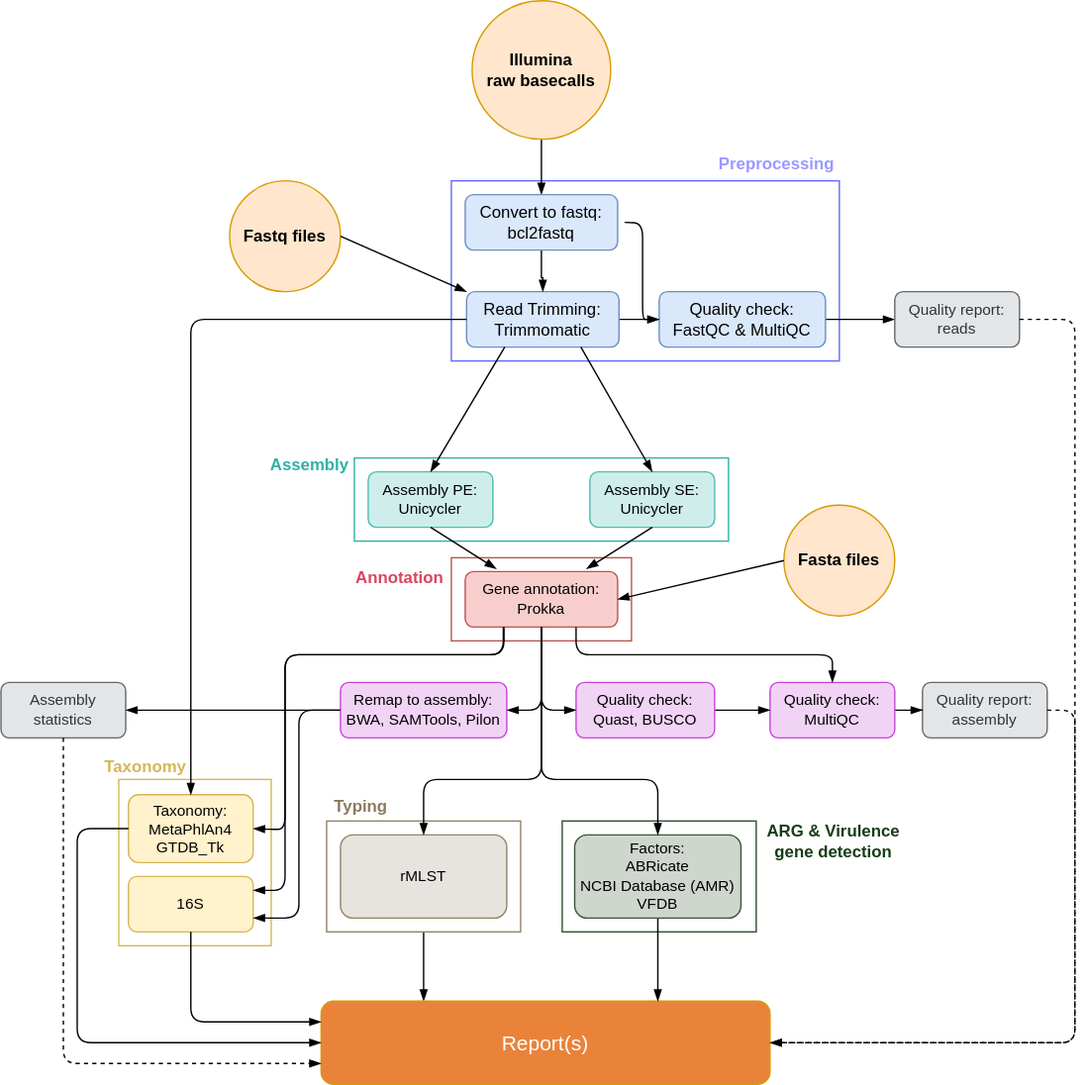
This is IMMENSE_diagram.svg from michaelmeuli/immensekansasii, a draw.io export, as it was before one commit. Source tidied: cells renumbered, new cells last; positions are measured from the earlier drawing's top-left corner, leaving out a move shared by most shapes.
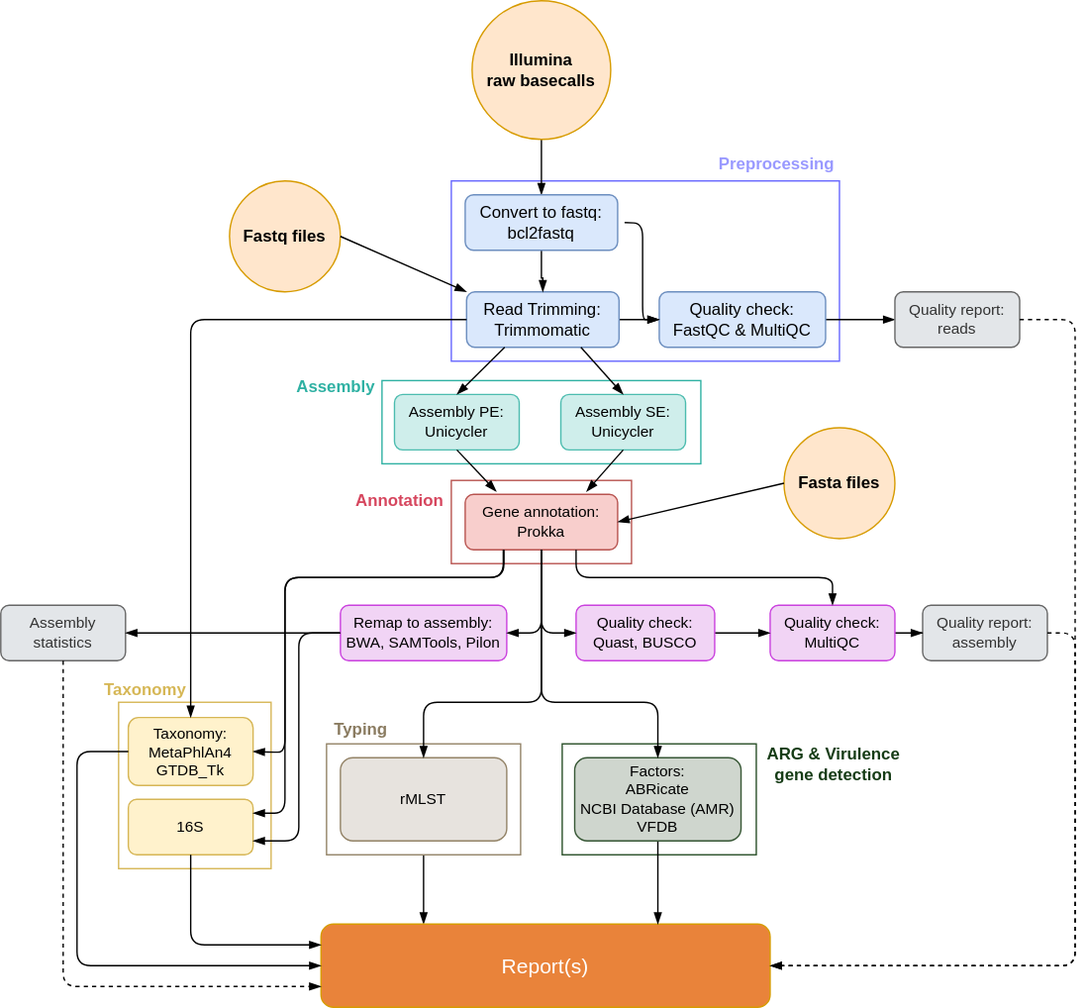
Above is the later version.

Diff of the diagram source:
```diff
@@ -23,19 +23,19 @@
       <mxGeometry x="325" y="402" width="130" height="60" as="geometry" />
     </mxCell>
     <mxCell id="7" style="rounded=0;whiteSpace=wrap;html=1;fontFamily=Helvetica;fontSize=11;fontColor=default;fillColor=none;strokeColor=#2fb1a3;" parent="1" vertex="1">
-      <mxGeometry x="255" y="330" width="270" height="60" as="geometry" />
+      <mxGeometry x="275" y="330" width="230" height="60" as="geometry" />
     </mxCell>
     <mxCell id="8" style="rounded=0;whiteSpace=wrap;html=1;fontFamily=Helvetica;fontSize=11;fillColor=none;strokeWidth=1;strokeColor=#6666FF;" parent="1" vertex="1">
-      <mxGeometry x="325" y="130" width="280" height="130" as="geometry" />
+      <mxGeometry x="325" y="186" width="280" height="130" as="geometry" />
     </mxCell>
     <mxCell id="9" value="&lt;b&gt;Fastq files&lt;/b&gt;" style="ellipse;whiteSpace=wrap;html=1;fillColor=#ffe6cc;strokeColor=#d79b00;" parent="1" vertex="1">
-      <mxGeometry x="165" y="130" width="80" height="80" as="geometry" />
+      <mxGeometry x="165" y="186" width="80" height="80" as="geometry" />
     </mxCell>
     <mxCell id="10" style="edgeStyle=orthogonalEdgeStyle;rounded=0;jettySize=auto;html=1;endArrow=blockThin;endFill=1;" parent="1" edge="1" source="11" target="18">
       <mxGeometry relative="1" as="geometry" />
     </mxCell>
     <mxCell id="11" value="&lt;b&gt;Illumina &lt;br&gt;raw basecalls&lt;/b&gt;" style="ellipse;whiteSpace=wrap;html=1;fillColor=#ffe6cc;strokeColor=#d79b00;" parent="1" vertex="1">
-      <mxGeometry x="340" width="100" height="100" as="geometry" />
+      <mxGeometry x="340" y="56" width="100" height="100" as="geometry" />
     </mxCell>
     <mxCell id="12" value="&lt;b&gt;Fasta files&lt;/b&gt;" style="ellipse;whiteSpace=wrap;html=1;fillColor=#ffe6cc;strokeColor=#d79b00;" parent="1" vertex="1">
       <mxGeometry x="565" y="364" width="80" height="80" as="geometry" />
@@ -44,42 +44,42 @@
       <mxGeometry relative="1" as="geometry" />
     </mxCell>
     <mxCell id="14" value="Quality check:&lt;br&gt;FastQC &amp;amp; MultiQC" style="rounded=1;whiteSpace=wrap;html=1;fillColor=#dae8fc;strokeColor=#6c8ebf;" parent="1" vertex="1">
-      <mxGeometry x="475" y="210" width="120" height="40" as="geometry" />
+      <mxGeometry x="475" y="266" width="120" height="40" as="geometry" />
     </mxCell>
     <mxCell id="15" style="edgeStyle=orthogonalEdgeStyle;shape=connector;rounded=0;jettySize=auto;html=1;labelBackgroundColor=default;strokeColor=default;fontFamily=Helvetica;fontSize=11;fontColor=default;endArrow=blockThin;endFill=1;" parent="1" edge="1" source="16" target="14">
       <mxGeometry relative="1" as="geometry" />
     </mxCell>
     <mxCell id="16" value="Read Trimming:&lt;br&gt;Trimmomatic" style="rounded=1;whiteSpace=wrap;html=1;fillColor=#dae8fc;strokeColor=#6c8ebf;" parent="1" vertex="1">
-      <mxGeometry x="336" y="210" width="110" height="40" as="geometry" />
+      <mxGeometry x="336" y="266" width="110" height="40" as="geometry" />
     </mxCell>
     <mxCell id="17" style="edgeStyle=orthogonalEdgeStyle;rounded=0;jettySize=auto;html=1;endArrow=blockThin;endFill=1;" parent="1" edge="1" source="18" target="16">
       <mxGeometry relative="1" as="geometry" />
     </mxCell>
     <mxCell id="18" value="Convert to fastq:&lt;br&gt;bcl2fastq" style="rounded=1;whiteSpace=wrap;html=1;fillColor=#dae8fc;strokeColor=#6c8ebf;" parent="1" vertex="1">
-      <mxGeometry x="335" y="140" width="110" height="40" as="geometry" />
+      <mxGeometry x="335" y="196" width="110" height="40" as="geometry" />
     </mxCell>
     <mxCell id="19" style="endArrow=blockThin;html=1;rounded=0;entryX=0;entryY=0;entryDx=0;entryDy=0;endFill=1;exitX=1;exitY=0.5;exitDx=0;exitDy=0;" parent="1" edge="1" source="9" target="16">
       <mxGeometry relative="1" as="geometry" />
     </mxCell>
     <mxCell id="20" style="endArrow=blockThin;html=1;rounded=1;labelBackgroundColor=default;strokeColor=default;fontFamily=Helvetica;fontSize=11;fontColor=default;shape=connector;edgeStyle=orthogonalEdgeStyle;entryX=0;entryY=0.5;entryDx=0;entryDy=0;endFill=1;" parent="1" edge="1" target="14">
       <mxGeometry relative="1" as="geometry">
-        <mxPoint x="450" y="160" as="sourcePoint" />
+        <mxPoint x="450" y="216" as="sourcePoint" />
       </mxGeometry>
     </mxCell>
     <mxCell id="21" value="&lt;font color=&quot;#9999ff&quot; style=&quot;font-size: 12px;&quot;&gt;&lt;b&gt;Preprocessing&lt;/b&gt;&lt;/font&gt;" style="text;html=1;strokeColor=none;fillColor=none;align=center;verticalAlign=middle;whiteSpace=wrap;rounded=0;fontSize=11;fontFamily=Helvetica;fontColor=default;" parent="1" vertex="1">
-      <mxGeometry x="505" y="103" width="110" height="30" as="geometry" />
+      <mxGeometry x="505" y="159" width="110" height="30" as="geometry" />
     </mxCell>
     <mxCell id="22" value="Quality report:&lt;br&gt;reads" style="rounded=1;whiteSpace=wrap;html=1;fontFamily=Helvetica;fontSize=11;fontColor=#333333;fillColor=#e3e6e9;strokeColor=#666666;" parent="1" vertex="1">
-      <mxGeometry x="645" y="210" width="90" height="40" as="geometry" />
+      <mxGeometry x="645" y="266" width="90" height="40" as="geometry" />
     </mxCell>
     <mxCell id="23" value="Assembly PE:&lt;br&gt;Unicycler" style="rounded=1;whiteSpace=wrap;html=1;fontFamily=Helvetica;fontSize=11;fillColor=#cfeeeb;strokeColor=#4cbcaf;" parent="1" vertex="1">
-      <mxGeometry x="265" y="340" width="90" height="40" as="geometry" />
+      <mxGeometry x="284" y="340" width="90" height="40" as="geometry" />
     </mxCell>
     <mxCell id="24" style="endArrow=blockThin;html=1;rounded=0;entryX=0.5;entryY=0;entryDx=0;entryDy=0;endFill=1;exitX=0.25;exitY=1;exitDx=0;exitDy=0;" parent="1" edge="1" source="16" target="23">
       <mxGeometry relative="1" as="geometry" />
     </mxCell>
     <mxCell id="25" value="Assembly SE:&lt;br&gt;Unicycler" style="rounded=1;whiteSpace=wrap;html=1;fontFamily=Helvetica;fontSize=11;fillColor=#cfeeeb;strokeColor=#4cbcaf;" parent="1" vertex="1">
-      <mxGeometry x="425" y="340" width="90" height="40" as="geometry" />
+      <mxGeometry x="404" y="340" width="90" height="40" as="geometry" />
     </mxCell>
     <mxCell id="26" style="endArrow=blockThin;html=1;rounded=0;entryX=0.5;entryY=0;entryDx=0;entryDy=0;endFill=1;exitX=0.75;exitY=1;exitDx=0;exitDy=0;" parent="1" edge="1" source="16" target="25">
       <mxGeometry relative="1" as="geometry" />
@@ -95,7 +95,7 @@
       </mxGeometry>
     </mxCell>
     <mxCell id="29" value="&lt;font color=&quot;#2fb1a3&quot; style=&quot;font-size: 12px;&quot;&gt;&lt;b&gt;Assembly&lt;/b&gt;&lt;/font&gt;" style="text;html=1;strokeColor=none;fillColor=none;align=center;verticalAlign=middle;whiteSpace=wrap;rounded=0;fontSize=11;fontFamily=Helvetica;fontColor=default;" parent="1" vertex="1">
-      <mxGeometry x="183" y="320" width="80" height="30" as="geometry" />
+      <mxGeometry x="202" y="320" width="80" height="30" as="geometry" />
     </mxCell>
     <mxCell id="30" value="Gene annotation:&lt;br&gt;Prokka" style="rounded=1;whiteSpace=wrap;html=1;fontFamily=Helvetica;fontSize=11;fillColor=#f8cecc;strokeColor=#b85450;" parent="1" vertex="1">
       <mxGeometry x="335" y="412" width="110" height="40" as="geometry" />
@@ -118,7 +118,7 @@
     <mxCell id="36" value="Quality check:&lt;br&gt;MultiQC" style="rounded=1;whiteSpace=wrap;html=1;fontFamily=Helvetica;fontSize=11;fillColor=#f1d4f5;strokeColor=#ca41de;" parent="1" vertex="1">
       <mxGeometry x="555" y="492" width="90" height="40" as="geometry" />
     </mxCell>
-    <mxCell id="37" style="edgeStyle=orthogonalEdgeStyle;shape=connector;rounded=0;jettySize=auto;html=1;labelBackgroundColor=default;strokeColor=default;fontFamily=Helvetica;fontSize=11;fontColor=default;endArrow=blockThin;endFill=1;" parent="1" edge="1" source="38" target="34">
+    <mxCell id="37" style="edgeStyle=orthogonalEdgeStyle;shape=connector;rounded=0;jettySize=auto;html=1;labelBackgroundColor=default;strokeColor=default;fontFamily=Helvetica;fontSize=11;fontColor=default;endArrow=blockThin;endFill=1;entryX=1;entryY=0.5;entryDx=0;entryDy=0;" parent="1" edge="1" source="38" target="34">
       <mxGeometry relative="1" as="geometry" />
     </mxCell>
     <mxCell id="38" value="Remap to assembly:&lt;br&gt;BWA, SAMTools, Pilon" style="rounded=1;whiteSpace=wrap;html=1;fontFamily=Helvetica;fontSize=11;fillColor=#f1d4f5;strokeColor=#ca41de;" parent="1" vertex="1">
@@ -182,11 +182,11 @@
     <mxCell id="49" style="endArrow=blockThin;html=1;rounded=1;labelBackgroundColor=default;strokeColor=default;fontFamily=Helvetica;fontSize=11;fontColor=default;shape=connector;edgeStyle=orthogonalEdgeStyle;entryX=0.5;entryY=0;entryDx=0;entryDy=0;endFill=1;exitX=0;exitY=0.5;exitDx=0;exitDy=0;" parent="1" edge="1" source="16" target="42">
       <mxGeometry relative="1" as="geometry">
         <Array as="points">
-          <mxPoint x="137" y="230" />
+          <mxPoint x="137" y="286" />
         </Array>
       </mxGeometry>
     </mxCell>
-    <mxCell id="50" style="endArrow=blockThin;html=1;rounded=1;labelBackgroundColor=default;strokeColor=default;fontFamily=Helvetica;fontSize=11;fontColor=default;shape=connector;edgeStyle=orthogonalEdgeStyle;entryX=0;entryY=0.75;entryDx=0;entryDy=0;endFill=1;exitX=0.5;exitY=1;exitDx=0;exitDy=0;dashed=1;" parent="1" edge="1" source="34" target="48">
+    <mxCell id="50" style="endArrow=blockThin;html=1;rounded=1;labelBackgroundColor=default;strokeColor=default;fontFamily=Helvetica;fontSize=11;fontColor=default;shape=connector;edgeStyle=orthogonalEdgeStyle;entryX=0;entryY=0.75;entryDx=0;entryDy=0;endFill=1;dashed=1;exitX=0.5;exitY=1;exitDx=0;exitDy=0;" parent="1" edge="1" source="34" target="48">
       <mxGeometry relative="1" as="geometry">
         <Array as="points">
           <mxPoint x="45" y="767" />
@@ -212,7 +212,7 @@
     <mxCell id="53" style="endArrow=blockThin;html=1;rounded=1;labelBackgroundColor=default;strokeColor=default;fontFamily=Helvetica;fontSize=11;fontColor=default;shape=connector;edgeStyle=orthogonalEdgeStyle;entryX=1;entryY=0.5;entryDx=0;entryDy=0;endFill=1;exitX=1;exitY=0.5;exitDx=0;exitDy=0;dashed=1;" parent="1" edge="1" source="22" target="48">
       <mxGeometry relative="1" as="geometry">
         <Array as="points">
-          <mxPoint x="775" y="230" />
+          <mxPoint x="775" y="286" />
           <mxPoint x="775" y="752" />
         </Array>
       </mxGeometry>
```
